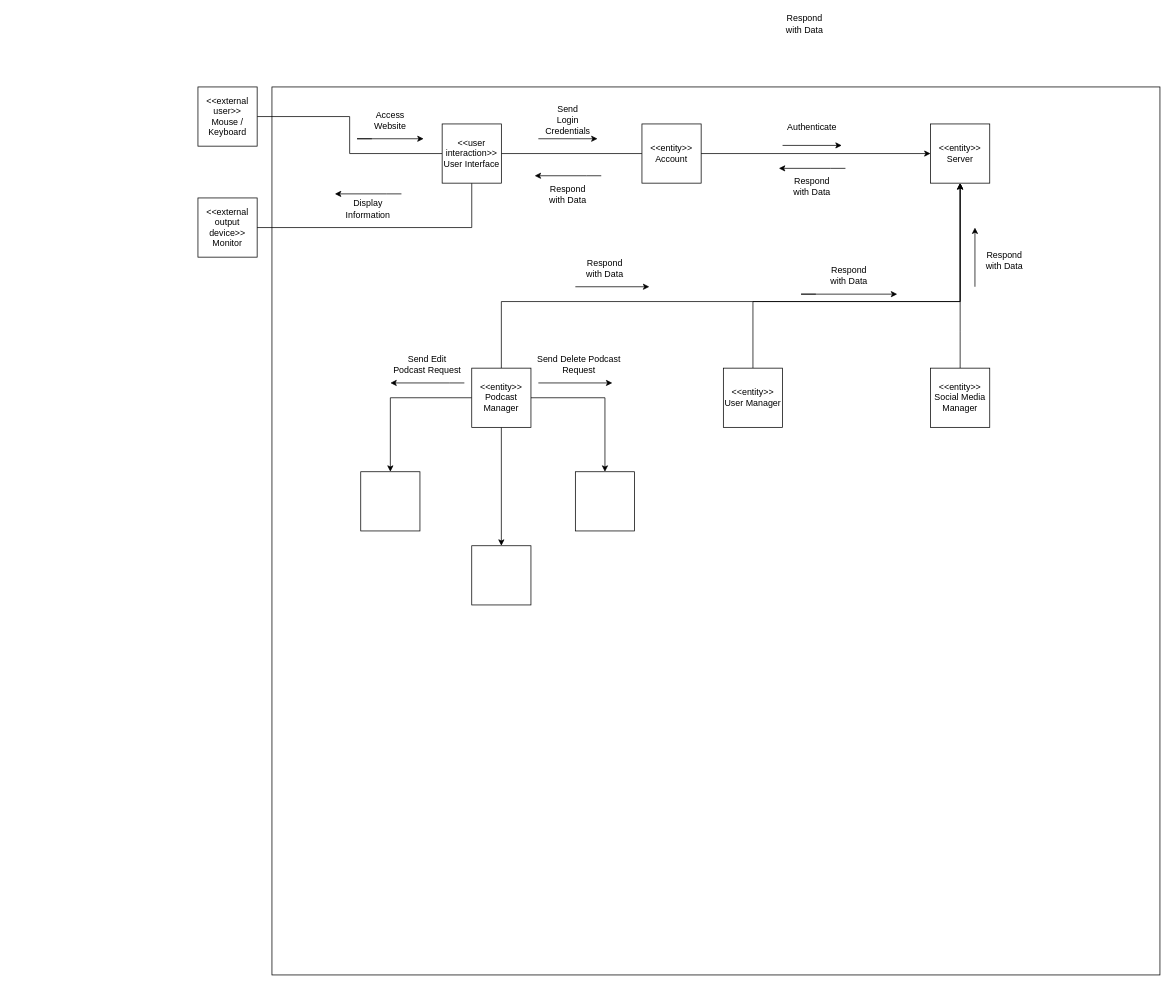
The draw.io diagram D7-Consolidated/consolidated.drawio in Glizzus/COMP-3700, before the edit. Source tidied: cells renumbered, new cells numbered last; positions are measured from the earlier drawing's top-left corner, leaving out a move shared by most shapes. Both pictures are drawn from the tidied source at 74%, with x=0, y=0 at pixel (198, 13).
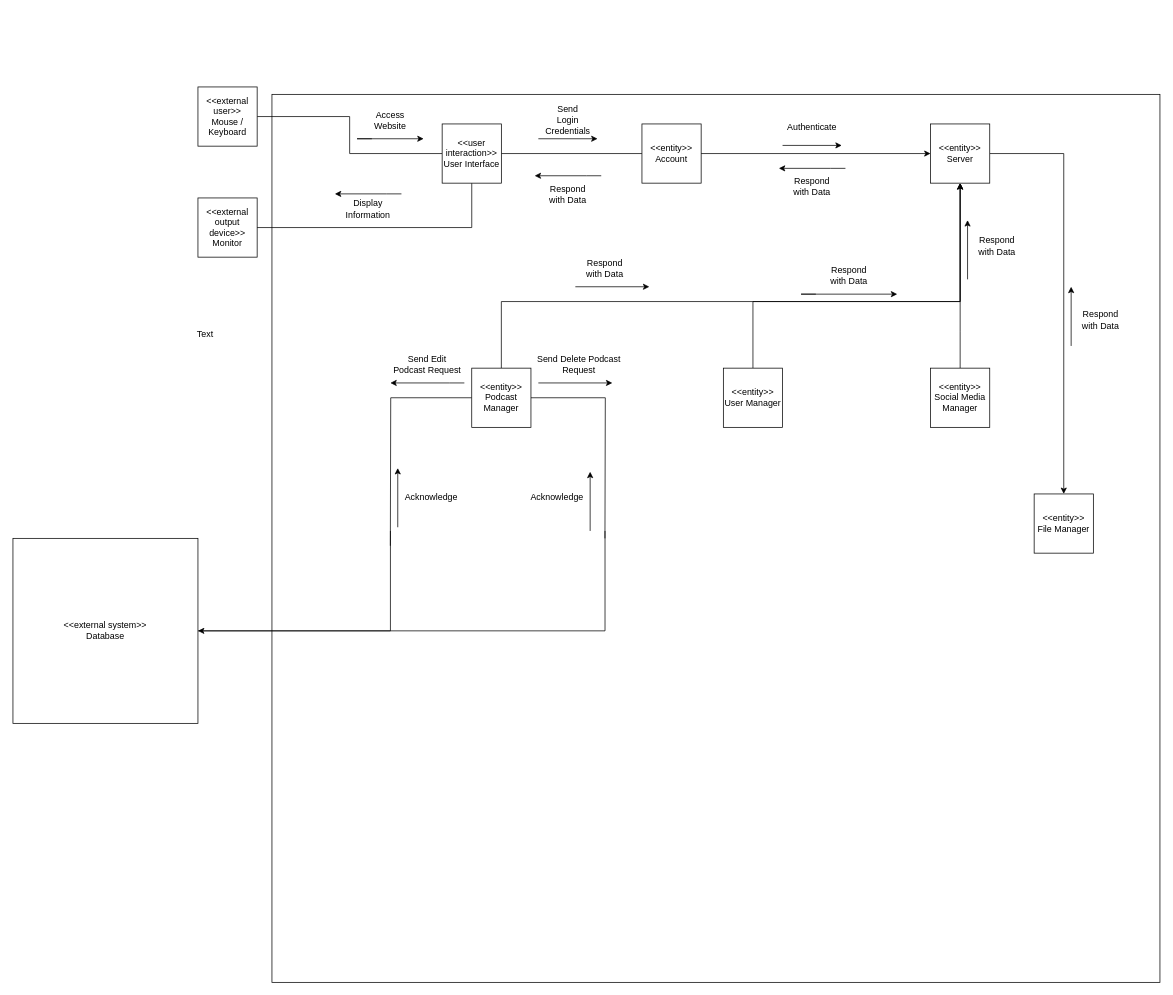
Above is the later version.

Commit message:
added podcast manager

The change refers to these unchanged cells:
```xml
<mxCell id="19" value="&amp;lt;&amp;lt;entity&amp;gt;&amp;gt;&lt;br&gt;Server" style="whiteSpace=wrap;html=1;" parent="1" vertex="1">
  <mxGeometry x="990" y="150" width="80" height="80" as="geometry" />
</mxCell>
<mxCell id="28" value="&amp;lt;&amp;lt;entity&amp;gt;&amp;gt;&lt;br&gt;Podcast Manager" style="whiteSpace=wrap;html=1;" parent="1" vertex="1">
  <mxGeometry x="370" y="480" width="80" height="80" as="geometry" />
</mxCell>
```

The edit, as a diff of the source:
```diff
@@
     <mxCell id="2" style="whiteSpace=wrap;html=1;" parent="1" vertex="1">
-      <mxGeometry x="100" y="100" width="1200" height="1200" as="geometry" />
+      <mxGeometry x="100" y="110" width="1200" height="1200" as="geometry" />
     </mxCell>
@@
+    <mxCell id="47" style="edgeStyle=orthogonalEdgeStyle;rounded=0;jettySize=auto;html=1;entryX=0.5;entryY=0;entryDx=0;entryDy=0;" parent="1" edge="1" source="19" target="51">
+      <mxGeometry relative="1" as="geometry" />
+    </mxCell>
@@
-    <mxCell id="25" style="edgeStyle=orthogonalEdgeStyle;rounded=0;jettySize=auto;html=1;entryX=0.5;entryY=0;entryDx=0;entryDy=0;" parent="1" edge="1" source="28" target="42">
-      <mxGeometry relative="1" as="geometry" />
+    <mxCell id="25" style="edgeStyle=orthogonalEdgeStyle;rounded=0;jettySize=auto;html=1;endArrow=none;endFill=0;" parent="1" edge="1" source="28">
+      <mxGeometry relative="1" as="geometry">
+        <mxPoint x="550" y="710" as="targetPoint" />
+      </mxGeometry>
     </mxCell>
-    <mxCell id="26" style="edgeStyle=orthogonalEdgeStyle;rounded=0;jettySize=auto;html=1;entryX=0.5;entryY=0;entryDx=0;entryDy=0;" parent="1" edge="1" source="28" target="41">
-      <mxGeometry relative="1" as="geometry" />
-    </mxCell>
-    <mxCell id="27" style="edgeStyle=orthogonalEdgeStyle;rounded=0;jettySize=auto;html=1;entryX=0.5;entryY=0;entryDx=0;entryDy=0;" parent="1" edge="1" source="28" target="40">
-      <mxGeometry relative="1" as="geometry" />
+    <mxCell id="27" style="edgeStyle=orthogonalEdgeStyle;rounded=0;jettySize=auto;html=1;endArrow=none;endFill=0;" parent="1" edge="1" source="28">
+      <mxGeometry relative="1" as="geometry">
+        <mxPoint x="260" y="720" as="targetPoint" />
+      </mxGeometry>
     </mxCell>
@@
-    <mxCell id="37" value="Respond with Data" style="text;html=1;strokeColor=none;fillColor=none;align=center;verticalAlign=middle;whiteSpace=wrap;rounded=0;" parent="1" vertex="1">
-      <mxGeometry x="790" width="60" height="30" as="geometry" />
-    </mxCell>
     <mxCell id="38" style="endArrow=classic;html=1;rounded=0;" parent="1" edge="1">
       <mxGeometry relative="1" as="geometry">
-        <mxPoint x="1050" y="370" as="sourcePoint" />
-        <mxPoint x="1050" y="290" as="targetPoint" />
+        <mxPoint x="1040" y="360" as="sourcePoint" />
+        <mxPoint x="1040" y="280" as="targetPoint" />
       </mxGeometry>
     </mxCell>
     <mxCell id="39" value="Respond with Data" style="text;html=1;strokeColor=none;fillColor=none;align=center;verticalAlign=middle;whiteSpace=wrap;rounded=0;" parent="1" vertex="1">
-      <mxGeometry x="1060" y="320" width="60" height="30" as="geometry" />
+      <mxGeometry x="1050" y="300" width="60" height="30" as="geometry" />
     </mxCell>
-    <mxCell id="40" style="whiteSpace=wrap;html=1;" parent="1" vertex="1">
-      <mxGeometry x="220" y="620" width="80" height="80" as="geometry" />
-    </mxCell>
-    <mxCell id="41" style="whiteSpace=wrap;html=1;" parent="1" vertex="1">
-      <mxGeometry x="370" y="720" width="80" height="80" as="geometry" />
-    </mxCell>
-    <mxCell id="42" style="whiteSpace=wrap;html=1;" parent="1" vertex="1">
-      <mxGeometry x="510" y="620" width="80" height="80" as="geometry" />
-    </mxCell>
+    <mxCell id="48" style="edgeStyle=orthogonalEdgeStyle;rounded=0;jettySize=auto;html=1;entryX=1;entryY=0.5;entryDx=0;entryDy=0;endArrow=none;endFill=0;" parent="1" edge="1" target="53">
+      <mxGeometry relative="1" as="geometry">
+        <mxPoint x="260.1" y="700" as="sourcePoint" />
+        <Array as="points">
+          <mxPoint x="260" y="835" />
+        </Array>
+      </mxGeometry>
+    </mxCell>
+    <mxCell id="49" style="edgeStyle=orthogonalEdgeStyle;rounded=0;jettySize=auto;html=1;entryX=1;entryY=0.5;entryDx=0;entryDy=0;" parent="1" edge="1" target="53">
+      <mxGeometry relative="1" as="geometry">
+        <mxPoint x="550.1" y="700" as="sourcePoint" />
+        <Array as="points">
+          <mxPoint x="550" y="835" />
+        </Array>
+      </mxGeometry>
+    </mxCell>
@@
+    <mxCell id="50" value="Text" style="text;html=1;strokeColor=none;fillColor=none;align=center;verticalAlign=middle;whiteSpace=wrap;rounded=0;" parent="1" vertex="1">
+      <mxGeometry x="-20" y="420" width="60" height="30" as="geometry" />
+    </mxCell>
+    <mxCell id="51" value="&amp;lt;&amp;lt;entity&amp;gt;&amp;gt;&lt;br&gt;File Manager" style="whiteSpace=wrap;html=1;" parent="1" vertex="1">
+      <mxGeometry x="1130" y="650" width="80" height="80" as="geometry" />
+    </mxCell>
+    <mxCell id="52" style="endArrow=classic;html=1;rounded=0;" parent="1" edge="1">
+      <mxGeometry relative="1" as="geometry">
+        <mxPoint x="1180" y="450" as="sourcePoint" />
+        <mxPoint x="1180" y="370" as="targetPoint" />
+      </mxGeometry>
+    </mxCell>
+    <mxCell id="37" value="Respond with Data" style="text;html=1;strokeColor=none;fillColor=none;align=center;verticalAlign=middle;whiteSpace=wrap;rounded=0;" parent="1" vertex="1">
+      <mxGeometry x="1190" y="400" width="60" height="30" as="geometry" />
+    </mxCell>
+    <mxCell id="53" value="&amp;lt;&amp;lt;external system&amp;gt;&amp;gt;&lt;br&gt;Database" style="whiteSpace=wrap;html=1;" parent="1" vertex="1">
+      <mxGeometry x="-250" y="710" width="250" height="250" as="geometry" />
+    </mxCell>
+    <mxCell id="54" value="Acknowledge&lt;br&gt;" style="text;html=1;align=center;verticalAlign=middle;strokeColor=none;fillColor=none;" parent="1" vertex="1">
+      <mxGeometry x="440" y="640" width="90" height="30" as="geometry" />
+    </mxCell>
+    <mxCell id="55" value="Acknowledge&lt;br&gt;" style="text;html=1;align=center;verticalAlign=middle;strokeColor=none;fillColor=none;" parent="1" vertex="1">
+      <mxGeometry x="270" y="640" width="90" height="30" as="geometry" />
+    </mxCell>
+    <mxCell id="56" style="endArrow=classic;html=1;rounded=0;" parent="1" edge="1">
+      <mxGeometry relative="1" as="geometry">
+        <mxPoint x="270" y="695" as="sourcePoint" />
+        <mxPoint x="270" y="615" as="targetPoint" />
+      </mxGeometry>
+    </mxCell>
+    <mxCell id="57" style="endArrow=classic;html=1;rounded=0;" parent="1" edge="1">
+      <mxGeometry relative="1" as="geometry">
+        <mxPoint x="530" y="700" as="sourcePoint" />
+        <mxPoint x="530" y="620" as="targetPoint" />
+      </mxGeometry>
+    </mxCell>
```
